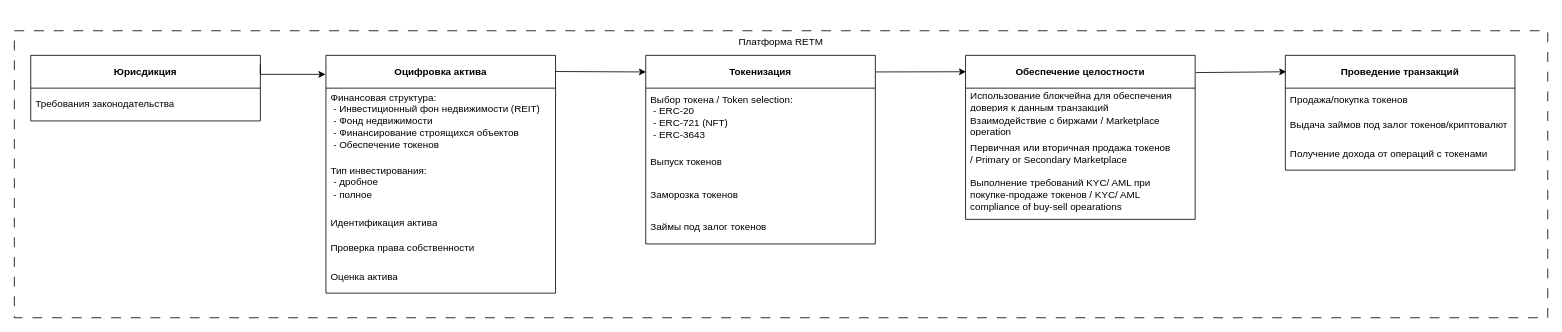
Above: Копия RETM_Logical.drawio in rpurei/RETM-Schemes (draw.io), before the change. Source tidied: cells renumbered, new cells numbered last; positions are measured from the earlier drawing's top-left corner, leaving out a move shared by most shapes. Both pictures are drawn from the tidied source at 82%, with x=0, y=0 at pixel (14, 30).
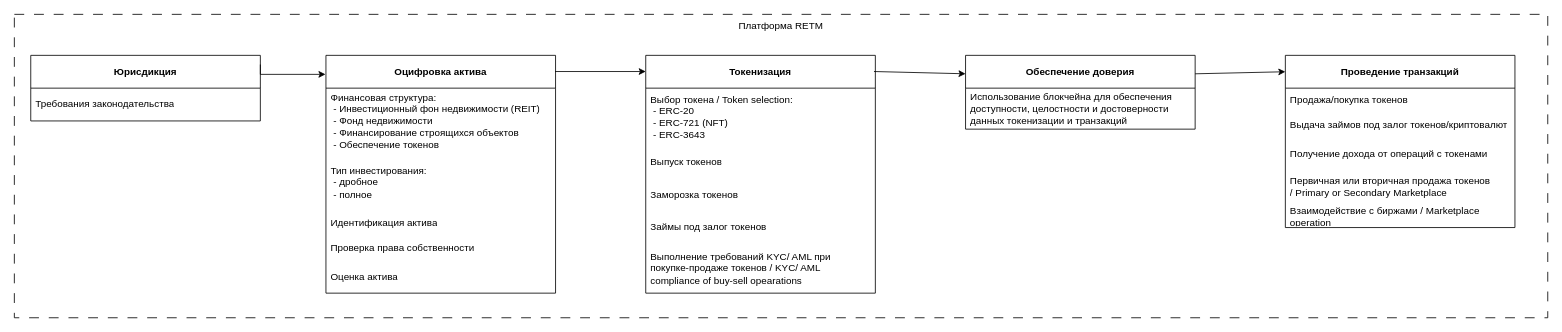
After the change.

The change refers to these unchanged cells:
```xml
<mxCell id="12" value="&lt;b&gt;Оцифровка актива&lt;/b&gt;" style="swimlane;fontStyle=0;horizontal=1;startSize=40;whiteSpace=wrap;html=1;" parent="1" vertex="1">
  <mxGeometry x="380" y="30" width="280" height="290" as="geometry" />
</mxCell>
```

The edit, as a diff of the source:
```diff
@@
-    <mxCell id="2" value="&lt;b&gt;Обеспечение целостности&lt;/b&gt;" style="swimlane;fontStyle=0;horizontal=1;startSize=40;whiteSpace=wrap;html=1;" parent="1" vertex="1">
-      <mxGeometry x="1160" y="30" width="280" height="200" as="geometry" />
+    <mxCell id="2" value="&lt;b&gt;Обеспечение доверия&lt;/b&gt;" style="swimlane;fontStyle=0;horizontal=1;startSize=40;whiteSpace=wrap;html=1;" parent="1" vertex="1">
+      <mxGeometry x="1160" y="30" width="280" height="90" as="geometry" />
     </mxCell>
-    <mxCell id="3" value="Использование блокчейна для обеспечения доверия к данным транзакций" style="text;strokeColor=none;fillColor=none;align=left;verticalAlign=middle;spacingLeft=4;spacingRight=4;overflow=hidden;whiteSpace=wrap;html=1;fontColor=#000000;" parent="2" vertex="1">
-      <mxGeometry y="40" width="280" height="30" as="geometry" />
+    <mxCell id="3" value="Использование блокчейна для обеспечения доступности, целостности и достоверности данных токенизации и транзакций" style="text;strokeColor=none;fillColor=none;align=left;verticalAlign=middle;spacingLeft=4;spacingRight=4;overflow=hidden;whiteSpace=wrap;html=1;fontColor=#000000;" parent="2" vertex="1">
+      <mxGeometry y="40" width="280" height="50" as="geometry" />
     </mxCell>
-    <mxCell id="4" value="Взаимодействие с биржами / Marketplace operation" style="text;strokeColor=none;fillColor=none;align=left;verticalAlign=middle;spacingLeft=4;spacingRight=4;overflow=hidden;whiteSpace=wrap;html=1;labelBackgroundColor=default;fontColor=#000000;" parent="2" vertex="1">
-      <mxGeometry y="70" width="280" height="30" as="geometry" />
-    </mxCell>
-    <mxCell id="5" value="Первичная или вторичная продажа токенов /&amp;nbsp;Primary or Secondary Marketplace" style="text;strokeColor=none;fillColor=none;align=left;verticalAlign=middle;spacingLeft=4;spacingRight=4;overflow=hidden;whiteSpace=wrap;html=1;fontColor=#000000;" parent="2" vertex="1">
-      <mxGeometry y="100" width="280" height="40" as="geometry" />
-    </mxCell>
-    <mxCell id="6" value="Выполнение требований KYC/ AML при покупке-продаже токенов / KYC/ AML compliance of buy-sell opearations" style="text;strokeColor=none;fillColor=none;align=left;verticalAlign=middle;spacingLeft=4;spacingRight=4;overflow=hidden;whiteSpace=wrap;html=1;fontColor=#000000;" parent="2" vertex="1">
-      <mxGeometry y="140" width="280" height="60" as="geometry" />
-    </mxCell>
     <mxCell id="7" value="&lt;b&gt;Токенизация&lt;/b&gt;" style="swimlane;fontStyle=0;horizontal=1;startSize=40;whiteSpace=wrap;html=1;" parent="1" vertex="1">
-      <mxGeometry x="770" y="30" width="280" height="230" as="geometry" />
+      <mxGeometry x="770" y="30" width="280" height="290" as="geometry" />
     </mxCell>
@@
+    <mxCell id="6" value="Выполнение требований KYC/ AML при покупке-продаже токенов / KYC/ AML compliance of buy-sell opearations" style="text;strokeColor=none;fillColor=none;align=left;verticalAlign=middle;spacingLeft=4;spacingRight=4;overflow=hidden;whiteSpace=wrap;html=1;fontColor=#000000;" parent="7" vertex="1">
+      <mxGeometry y="230" width="280" height="60" as="geometry" />
+    </mxCell>
@@
-    <mxCell id="21" style="endArrow=classic;html=1;rounded=0;exitX=0.998;exitY=0.068;exitDx=0;exitDy=0;exitPerimeter=0;entryX=0.001;entryY=0.088;entryDx=0;entryDy=0;entryPerimeter=0;" parent="1" edge="1" source="12" target="7">
+    <mxCell id="21" style="endArrow=classic;html=1;rounded=0;exitX=0.998;exitY=0.068;exitDx=0;exitDy=0;exitPerimeter=0;entryX=0;entryY=0.068;entryDx=0;entryDy=0;entryPerimeter=0;" parent="1" edge="1" source="12" target="7">
       <mxGeometry relative="1" as="geometry" />
     </mxCell>
-    <mxCell id="22" style="endArrow=classic;html=1;rounded=0;exitX=1.003;exitY=0.088;exitDx=0;exitDy=0;exitPerimeter=0;entryX=0.002;entryY=0.1;entryDx=0;entryDy=0;entryPerimeter=0;" parent="1" edge="1" source="7" target="2">
+    <mxCell id="22" style="endArrow=classic;html=1;rounded=0;exitX=0.994;exitY=0.068;exitDx=0;exitDy=0;exitPerimeter=0;entryX=0;entryY=0.25;entryDx=0;entryDy=0;" parent="1" edge="1" source="7" target="2">
       <mxGeometry relative="1" as="geometry" />
     </mxCell>
     <mxCell id="23" value="&lt;b&gt;Проведение транзакций&lt;/b&gt;" style="swimlane;fontStyle=0;horizontal=1;startSize=40;whiteSpace=wrap;html=1;" parent="1" vertex="1">
-      <mxGeometry x="1550" y="30" width="280" height="140" as="geometry" />
+      <mxGeometry x="1550" y="30" width="280" height="210" as="geometry" />
     </mxCell>
@@
+    <mxCell id="5" value="Первичная или вторичная продажа токенов /&amp;nbsp;Primary or Secondary Marketplace" style="text;strokeColor=none;fillColor=none;align=left;verticalAlign=middle;spacingLeft=4;spacingRight=4;overflow=hidden;whiteSpace=wrap;html=1;fontColor=#000000;" parent="23" vertex="1">
+      <mxGeometry y="140" width="280" height="40" as="geometry" />
+    </mxCell>
+    <mxCell id="4" value="Взаимодействие с биржами / Marketplace operation" style="text;strokeColor=none;fillColor=none;align=left;verticalAlign=middle;spacingLeft=4;spacingRight=4;overflow=hidden;whiteSpace=wrap;html=1;labelBackgroundColor=default;fontColor=#000000;" parent="23" vertex="1">
+      <mxGeometry y="180" width="280" height="30" as="geometry" />
+    </mxCell>
-    <mxCell id="27" style="endArrow=classic;html=1;rounded=0;exitX=1.004;exitY=0.105;exitDx=0;exitDy=0;exitPerimeter=0;entryX=0.004;entryY=0.143;entryDx=0;entryDy=0;entryPerimeter=0;" parent="1" edge="1" source="2" target="23">
-      <mxGeometry relative="1" as="geometry" />
+    <mxCell id="27" style="endArrow=classic;html=1;rounded=0;exitX=1;exitY=0.25;exitDx=0;exitDy=0;" parent="1" edge="1" source="2">
+      <mxGeometry relative="1" as="geometry">
+        <mxPoint x="1550" y="50" as="targetPoint" />
+      </mxGeometry>
     </mxCell>
     <mxCell id="28" value="Платформа RETM" style="rounded=0;whiteSpace=wrap;html=1;gradientColor=none;fillColor=none;dashed=1;dashPattern=12 12;verticalAlign=top;" parent="1" vertex="1">
-      <mxGeometry width="1870" height="350" as="geometry" />
+      <mxGeometry y="-20" width="1870" height="370" as="geometry" />
     </mxCell>
```
